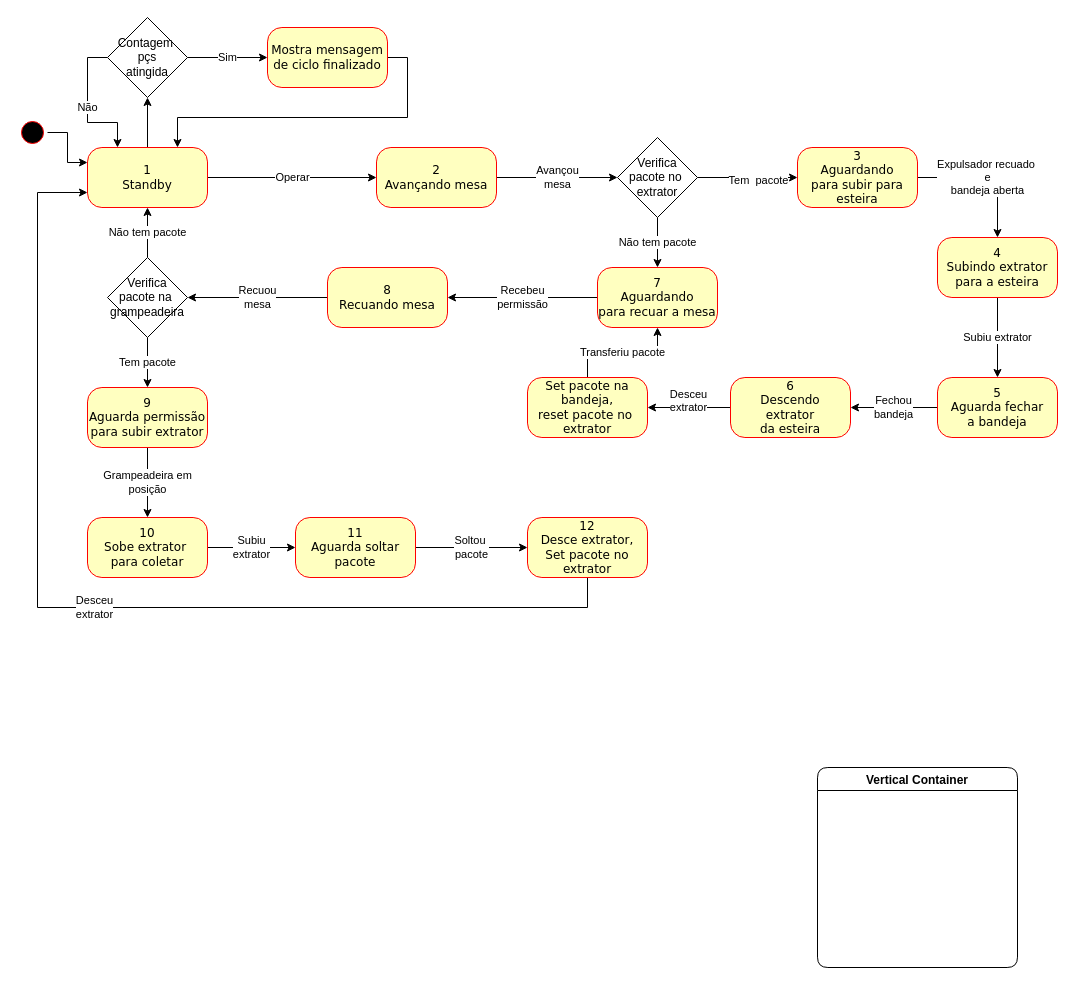
Above: Diagrama sem nome.drawio in JonanMuller/M04196N03_Grampeadeira (draw.io), before the change. Source tidied: cells renumbered, new cells numbered last; positions are measured from the earlier drawing's top-left corner, leaving out a move shared by most shapes. Both pictures are drawn from the tidied source at 100%, with x=0, y=0 at pixel (17, 17).
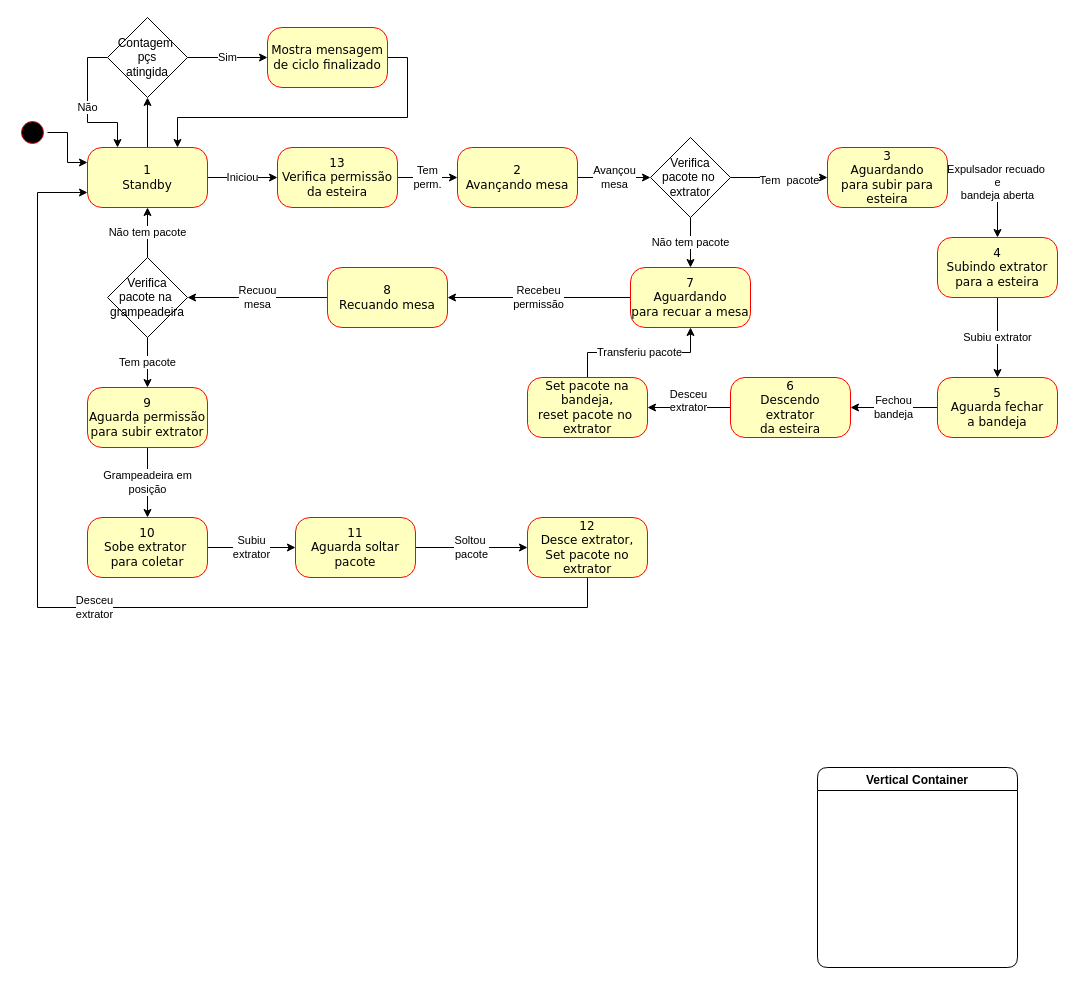
The same page after the edit.

Unchanged cells that the change refers to:
```xml
<mxCell id="6" value="1&lt;br&gt;Standby" style="rounded=1;whiteSpace=wrap;html=1;arcSize=24;fillColor=#ffffc0;strokeColor=#ff0000;shadow=0;comic=0;labelBackgroundColor=none;fontFamily=Verdana;fontSize=12;fontColor=#000000;align=center;" parent="1" vertex="1">
  <mxGeometry x="70" y="130" width="120" height="60" as="geometry" />
</mxCell>
```

The edit, as a diff of the source:
```diff
@@
-    <mxCell id="4" value="Operar" style="edgeStyle=orthogonalEdgeStyle;rounded=0;jettySize=auto;html=1;exitX=1;exitY=0.5;exitDx=0;exitDy=0;" parent="1" edge="1" source="6" target="8">
+    <mxCell id="4" value="Tem&lt;br&gt;perm." style="edgeStyle=orthogonalEdgeStyle;rounded=0;jettySize=auto;html=1;exitX=1;exitY=0.5;exitDx=0;exitDy=0;startArrow=none;" parent="1" edge="1" source="45" target="8">
       <mxGeometry relative="1" as="geometry" />
     </mxCell>
@@
+    <mxCell id="44" value="Iniciou" style="edgeStyle=orthogonalEdgeStyle;rounded=0;jettySize=auto;html=1;" parent="1" edge="1" source="6" target="45">
+      <mxGeometry relative="1" as="geometry" />
+    </mxCell>
@@
     <mxCell id="8" value="2&lt;br&gt;Avançando mesa" style="rounded=1;whiteSpace=wrap;html=1;arcSize=24;fillColor=#ffffc0;strokeColor=#ff0000;shadow=0;comic=0;labelBackgroundColor=none;fontFamily=Verdana;fontSize=12;fontColor=#000000;align=center;" parent="1" vertex="1">
-      <mxGeometry x="359" y="130" width="120" height="60" as="geometry" />
+      <mxGeometry x="440" y="130" width="120" height="60" as="geometry" />
     </mxCell>
@@
     <mxCell id="12" value="Verifica&lt;br&gt;pacote no&amp;nbsp;&lt;br&gt;extrator" style="rhombus;whiteSpace=wrap;html=1;" parent="1" vertex="1">
-      <mxGeometry x="600" y="120" width="80" height="80" as="geometry" />
+      <mxGeometry x="633" y="120" width="80" height="80" as="geometry" />
     </mxCell>
@@
     <mxCell id="14" value="3&lt;br&gt;Aguardando&lt;br&gt;para subir para&lt;br&gt;esteira" style="rounded=1;whiteSpace=wrap;html=1;arcSize=24;fillColor=#ffffc0;strokeColor=#ff0000;shadow=0;comic=0;labelBackgroundColor=none;fontFamily=Verdana;fontSize=12;fontColor=#000000;align=center;" parent="1" vertex="1">
-      <mxGeometry x="780" y="130" width="120" height="60" as="geometry" />
+      <mxGeometry x="810" y="130" width="120" height="60" as="geometry" />
     </mxCell>
@@
     <mxCell id="16" value="7&lt;br&gt;Aguardando&lt;br&gt;para recuar a mesa" style="rounded=1;whiteSpace=wrap;html=1;arcSize=24;fillColor=#ffffc0;strokeColor=#ff0000;shadow=0;comic=0;labelBackgroundColor=none;fontFamily=Verdana;fontSize=12;fontColor=#000000;align=center;" parent="1" vertex="1">
-      <mxGeometry x="580" y="250" width="120" height="60" as="geometry" />
+      <mxGeometry x="613" y="250" width="120" height="60" as="geometry" />
     </mxCell>
@@
+    <mxCell id="45" value="13&lt;br&gt;Verifica permissão da esteira" style="rounded=1;whiteSpace=wrap;html=1;arcSize=24;fillColor=#ffffc0;strokeColor=#ff0000;shadow=0;comic=0;labelBackgroundColor=none;fontFamily=Verdana;fontSize=12;fontColor=#000000;align=center;" parent="1" vertex="1">
+      <mxGeometry x="260" y="130" width="120" height="60" as="geometry" />
+    </mxCell>
```
